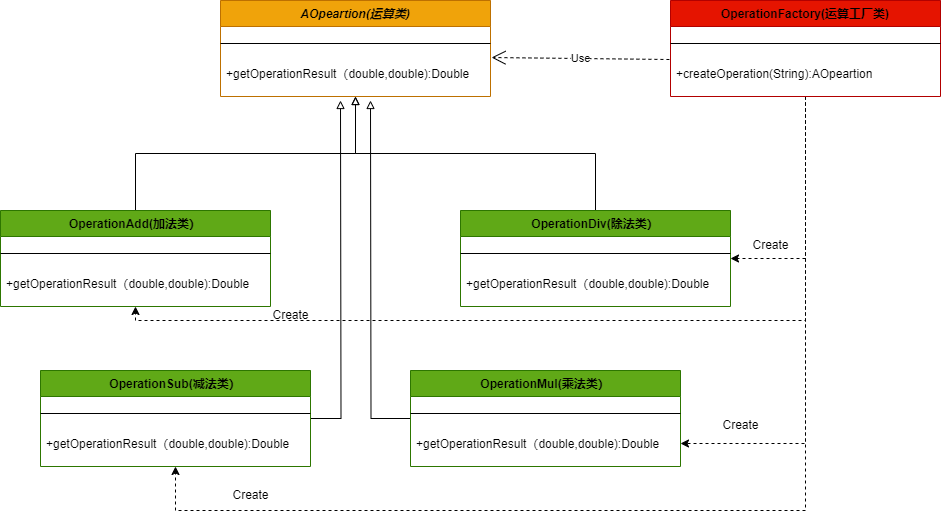
This is 简单工厂模式之简易计算器.drawio.png from uncle-Parker/picb, a draw.io export, as it was before one commit. Source tidied: cells renumbered, new cells last; positions are measured from the earlier drawing's top-left corner, leaving out a move shared by most shapes.
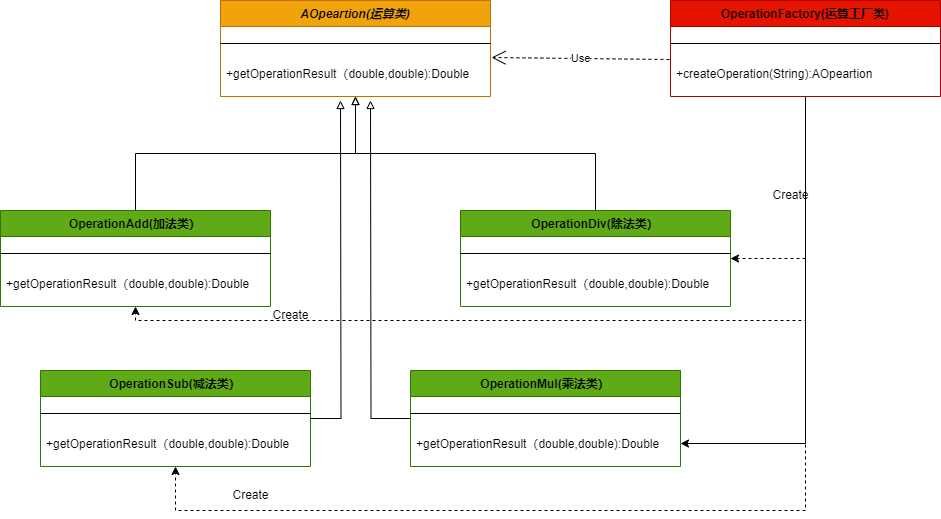
Above is the later version.

Commit message:
已添加 简单工厂模式之简易计算器.drawio.png

Diff of the diagram source:
```diff
@@ -82,7 +82,7 @@
         </Array>
       </mxGeometry>
     </mxCell>
-    <mxCell id="24" style="edgeStyle=orthogonalEdgeStyle;rounded=0;jettySize=auto;html=1;entryX=1;entryY=0.5;entryDx=0;entryDy=0;dashed=1;" parent="1" edge="1" source="25" target="20">
+    <mxCell id="24" style="edgeStyle=orthogonalEdgeStyle;rounded=0;jettySize=auto;html=1;entryX=1;entryY=0.5;entryDx=0;entryDy=0;" parent="1" edge="1" source="25" target="20">
       <mxGeometry relative="1" as="geometry" />
     </mxCell>
     <mxCell id="25" value="OperationFactory(运算工厂类)" style="swimlane;fontStyle=1;align=center;verticalAlign=top;horizontal=1;startSize=26;rounded=0;shadow=0;strokeWidth=1;fillColor=#e51400;strokeColor=#B20000;fontColor=#000000;" parent="1" vertex="1">
@@ -101,13 +101,10 @@
       <mxGeometry x="260" y="300" width="60" height="30" as="geometry" />
     </mxCell>
     <mxCell id="30" value="Create" style="text;html=1;align=center;verticalAlign=middle;strokeColor=none;fillColor=none;" parent="1" vertex="1">
-      <mxGeometry x="740" y="230" width="60" height="30" as="geometry" />
+      <mxGeometry x="760" y="180" width="60" height="30" as="geometry" />
     </mxCell>
     <mxCell id="31" value="Create" style="text;html=1;align=center;verticalAlign=middle;strokeColor=none;fillColor=none;" parent="1" vertex="1">
       <mxGeometry x="220" y="480" width="60" height="30" as="geometry" />
     </mxCell>
-    <mxCell id="32" value="Create" style="text;html=1;align=center;verticalAlign=middle;strokeColor=none;fillColor=none;" parent="1" vertex="1">
-      <mxGeometry x="710" y="410" width="60" height="30" as="geometry" />
-    </mxCell>
   </root>
 </mxGraphModel>
```
